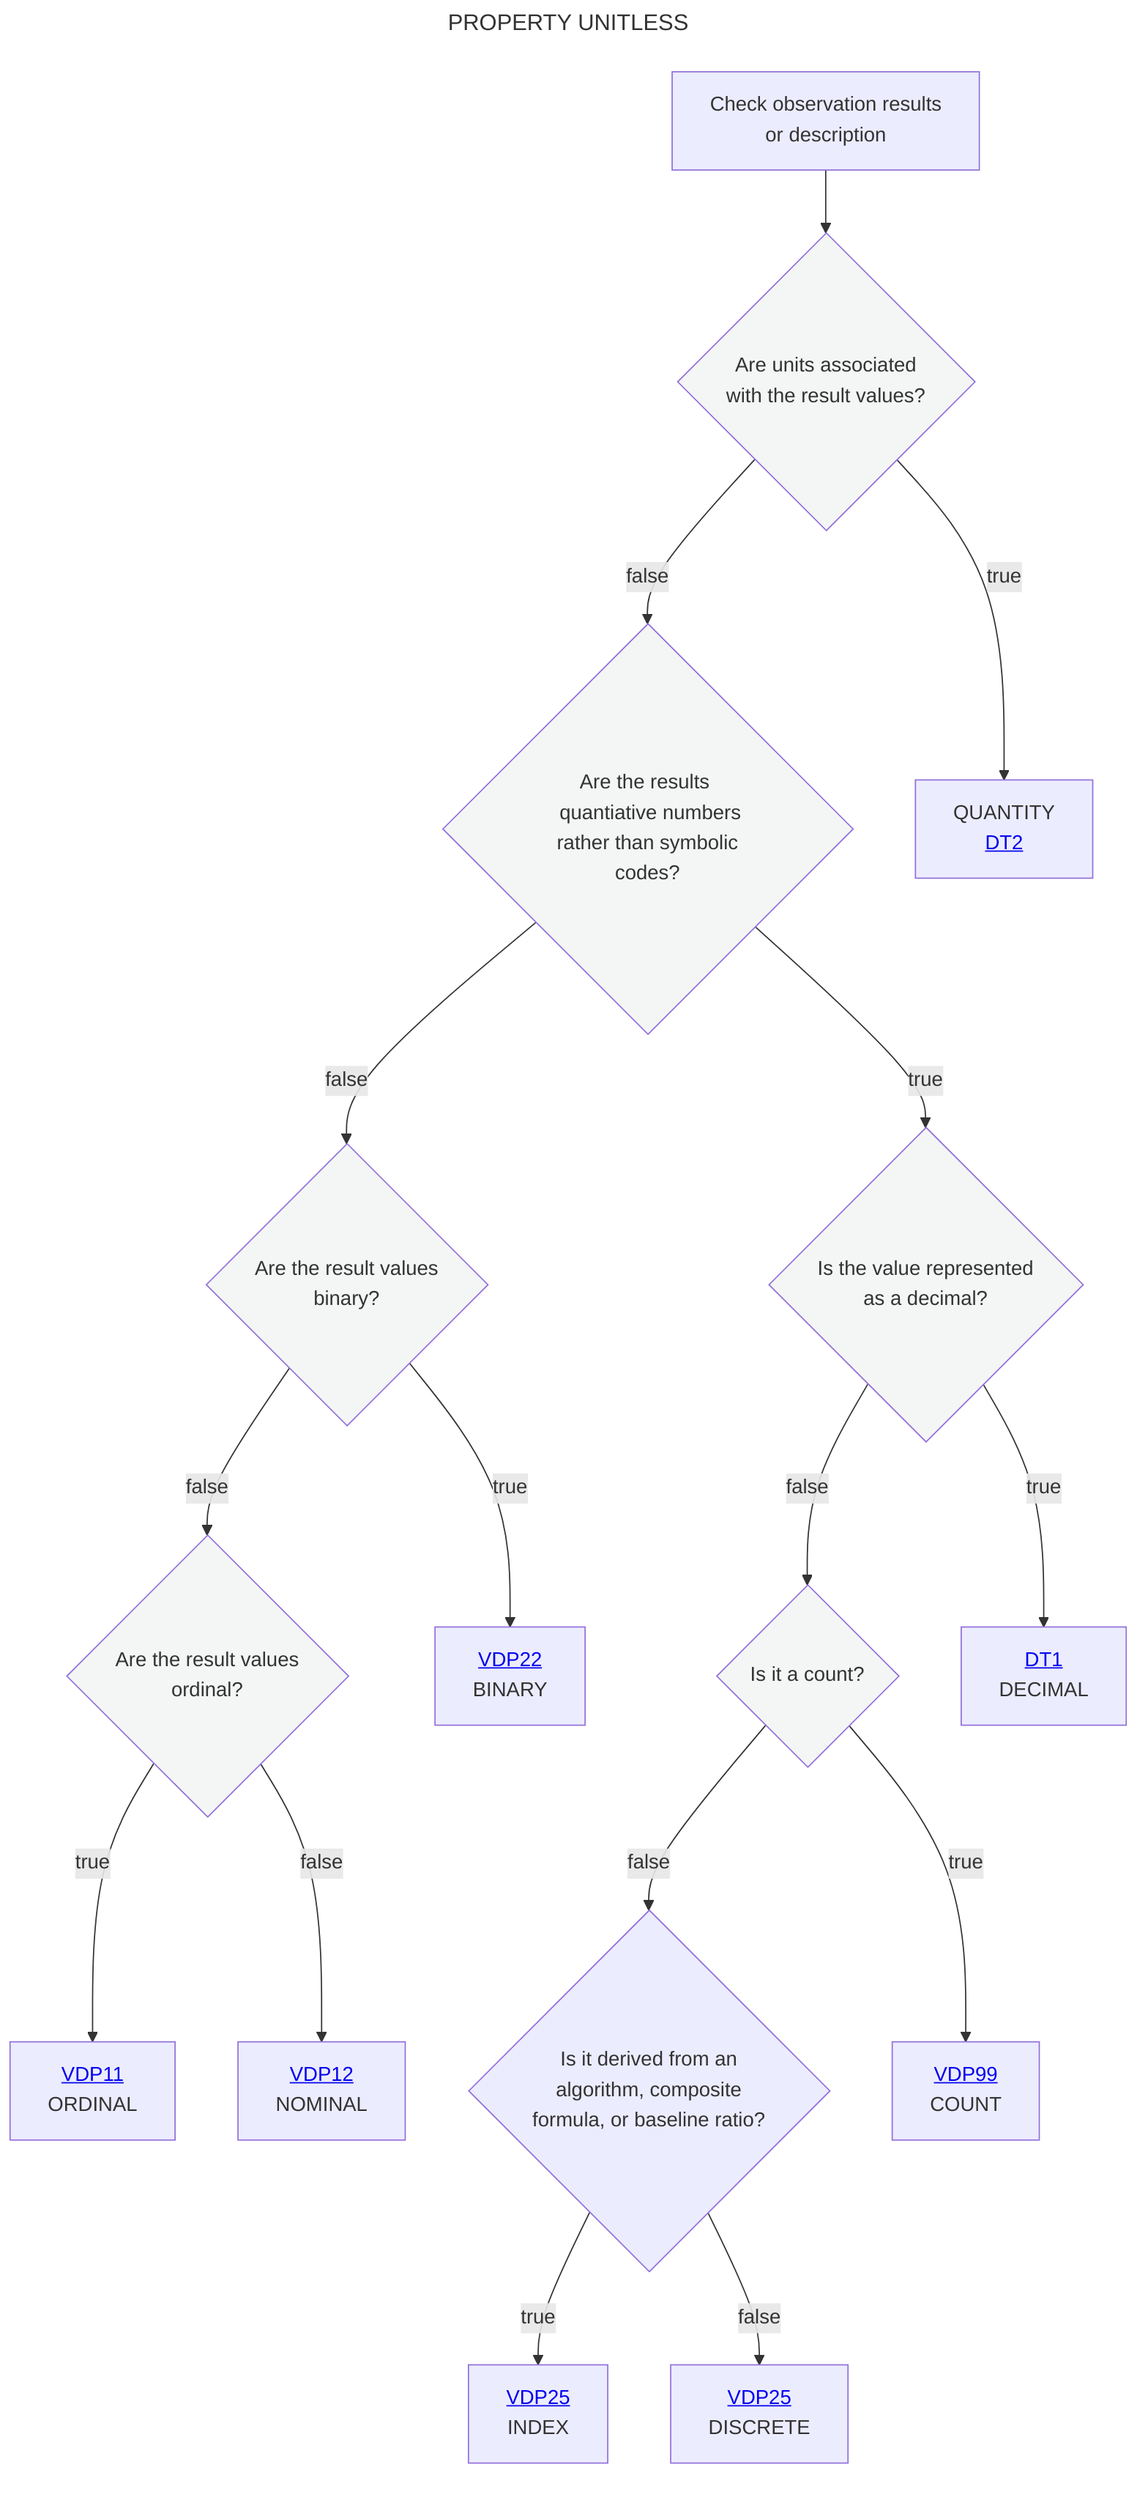
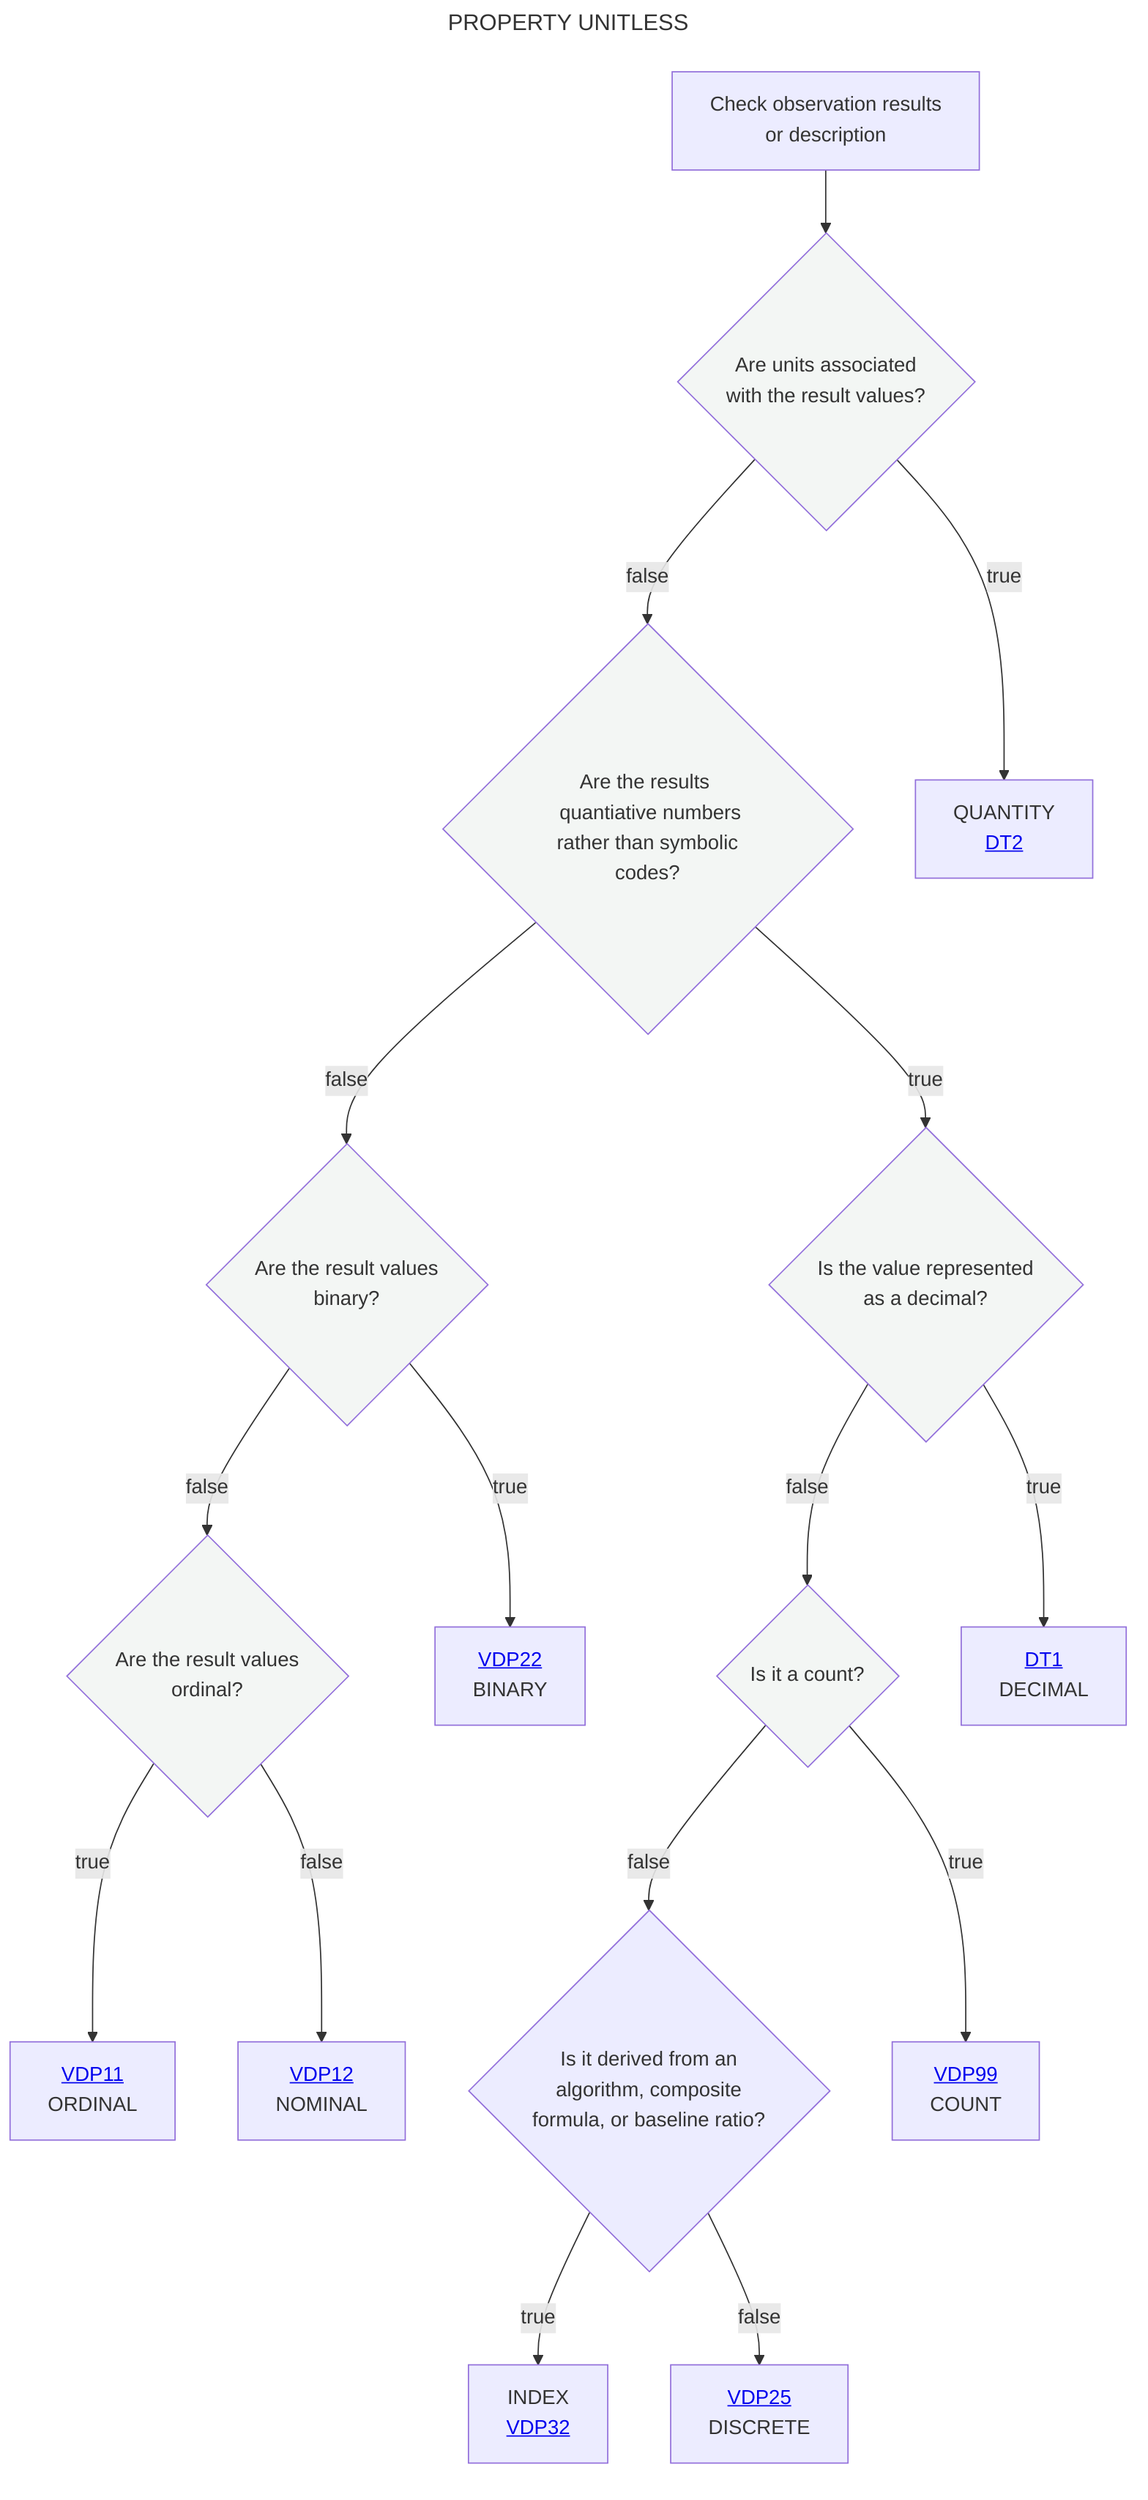
---
title: PROPERTY UNITLESS
---
flowchart TD
    A[Check observation results <br> or description] --> B{Are units associated <br> with the result values?}:::white
    B --> |false|C{Are the results <br> quantiative numbers<br> rather than symbolic codes?}:::white
    B --> |true|D[QUANTITY <br> <a href='https://github.com/mabablue/I-ADOPT-patterns-playground/blob/main/Decisition_trees/DT2.mmd'>DT2</a><br>]
    C --> |false|E{Are the result values <br> binary?}:::white
    C --> |true|G{Is the value represented <br> as a decimal?}:::white
    E --> |false|I{Are the result values <br> ordinal?}:::white
    G --> |false|H{Is it a count?}:::white
    H--> |false|N{Is it derived from an <br> algorithm, composite <br> formula, or baseline ratio?}
-     N --> |true|O[<a href='https://github.com/mabablue/I-ADOPT-patterns-playground/blob/main/pattern/VDP24.yaml'>VDP25</a><br> INDEX]
+     N --> |true|O[INDEX <br> <a href='https://github.com/mabablue/I-ADOPT-patterns-playground/blob/main/pattern/VDP32.yaml'>VDP32</a><br>]
    N --> |false|P[<a href='https://github.com/mabablue/I-ADOPT-patterns-playground/blob/main/pattern/VDP24.yaml'>VDP25</a><br> DISCRETE]
    H --> |true|M[<a href='https://github.com/mabablue/I-ADOPT-patterns-playground/blob/main/pattern/VDP24.yaml'>VDP99</a><br> COUNT]
    I --> |true|J[<a href='https://github.com/mabablue/I-ADOPT-patterns-playground/blob/main/pattern/VDP11.yaml'>VDP11</a><br> ORDINAL]
    I --> |false|K[<a href='https://github.com/mabablue/I-ADOPT-patterns-playground/blob/main/pattern/VDP12.yaml'>VDP12</a><br> NOMINAL]
    E --> |true|F[<a href='https://github.com/mabablue/I-ADOPT-patterns-playground/blob/main/pattern/VDP22.yaml'>VDP22</a><br> BINARY]
    G --> |true|L[<a href='https://github.com/mabablue/I-ADOPT-patterns-playground/blob/main/Decisition_trees/DT1.mmd'>DT1</a><br> DECIMAL]
   classDef blue fill:#90D5FF
   classDef satblue fill:#57B9FF
   classDef white fill:#f3f6f4
   classDef green fill:#6aa84f
